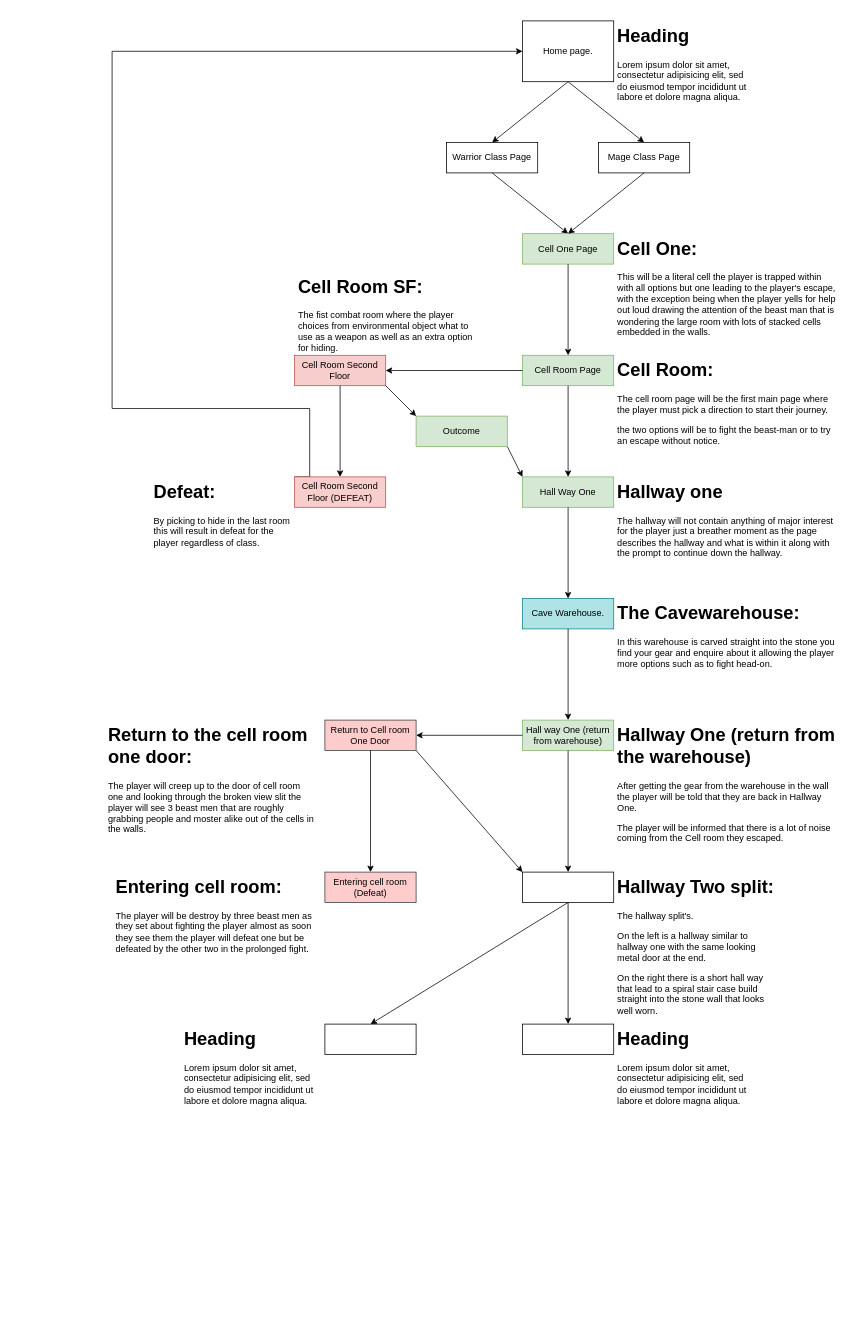
Earlier version of the draw.io diagram Page-Layout-Assessment1.drawio (andypandy31/Webtech-Assessment1). Source tidied: cells renumbered, new cells numbered last; positions are measured from the earlier drawing's top-left corner, leaving out a move shared by most shapes. Both pictures are drawn from the tidied source at 76%, with x=0, y=0 at pixel (104, 21).
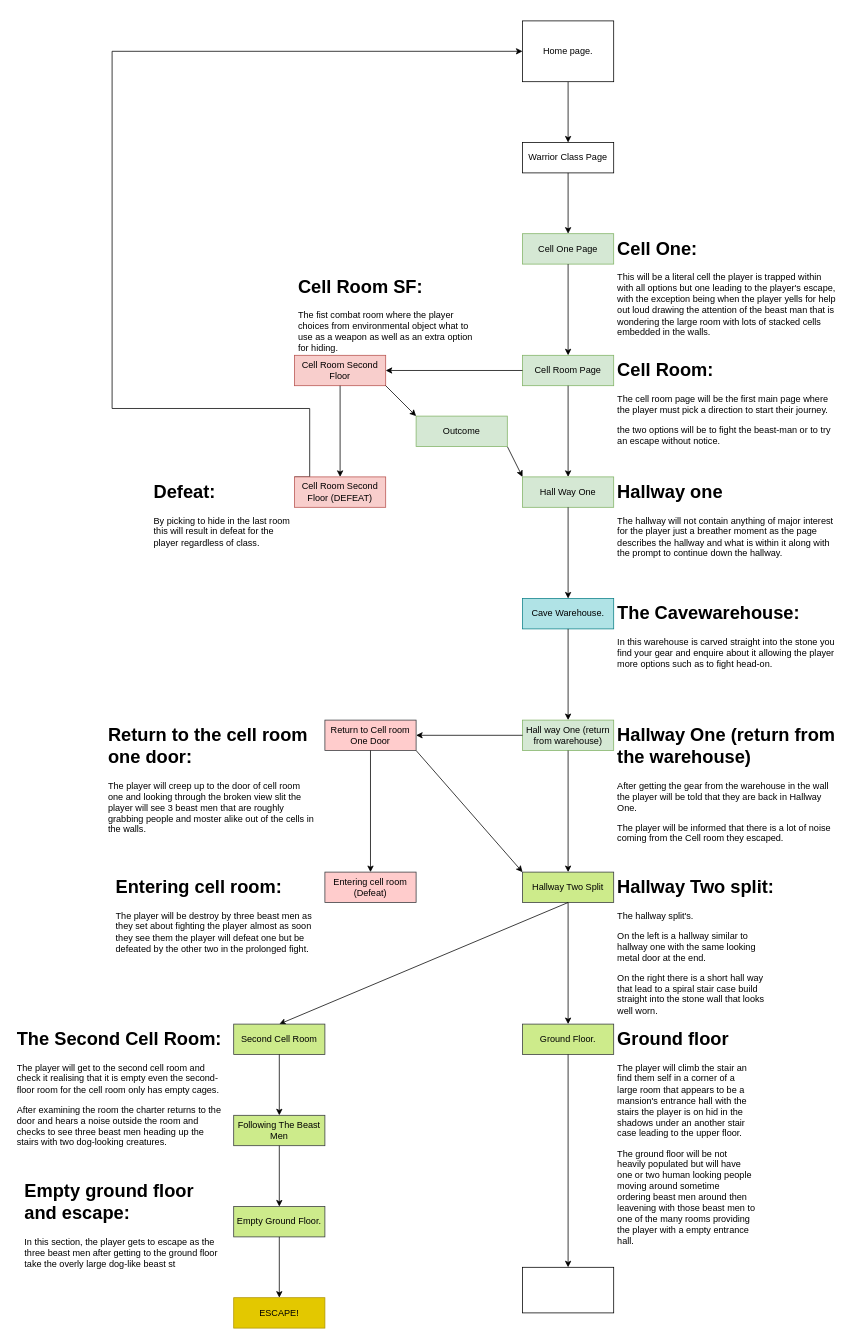
After the change.

The change refers to these unchanged cells:
```xml
<mxCell id="8" value="Cell One Page" style="rounded=0;whiteSpace=wrap;html=1;fillColor=#d5e8d4;strokeColor=#82b366;" parent="1" vertex="1">
  <mxGeometry x="550" y="280" width="120" height="40" as="geometry" />
</mxCell>
```

What changed in the source:
```diff
@@
-    <mxCell id="2" style="endArrow=classic;html=1;rounded=0;exitX=0.5;exitY=1;exitDx=0;exitDy=0;entryX=0.5;entryY=0;entryDx=0;entryDy=0;" parent="1" edge="1" target="5">
-      <mxGeometry relative="1" as="geometry">
-        <mxPoint x="610" y="80" as="sourcePoint" />
-      </mxGeometry>
-    </mxCell>
@@
-    <mxCell id="5" value="Mage Class Page" style="rounded=0;whiteSpace=wrap;html=1;" parent="1" vertex="1">
-      <mxGeometry x="650" y="160" width="120" height="40" as="geometry" />
-    </mxCell>
     <mxCell id="6" value="Warrior Class Page" style="rounded=0;whiteSpace=wrap;html=1;" parent="1" vertex="1">
-      <mxGeometry x="450" y="160" width="120" height="40" as="geometry" />
+      <mxGeometry x="550" y="160" width="120" height="40" as="geometry" />
     </mxCell>
@@
-    <mxCell id="9" style="endArrow=classic;html=1;rounded=0;exitX=0.5;exitY=1;exitDx=0;exitDy=0;entryX=0.5;entryY=0;entryDx=0;entryDy=0;" parent="1" edge="1" source="5" target="8">
-      <mxGeometry relative="1" as="geometry" />
-    </mxCell>
@@
-    <mxCell id="30" value="&lt;h1&gt;Heading&lt;/h1&gt;&lt;p&gt;Lorem ipsum dolor sit amet, consectetur adipisicing elit, sed do eiusmod tempor incididunt ut labore et dolore magna aliqua.&lt;/p&gt;" style="text;html=1;spacing=5;spacingTop=-20;whiteSpace=wrap;overflow=hidden;rounded=0;" parent="1" vertex="1">
-      <mxGeometry x="670" width="190" height="120" as="geometry" />
-    </mxCell>
@@
-    <mxCell id="38" style="rounded=0;whiteSpace=wrap;html=1;" parent="1" vertex="1">
+    <mxCell id="38" value="Hallway Two Split" style="rounded=0;whiteSpace=wrap;html=1;fillColor=#cdeb8b;strokeColor=#36393d;" parent="1" vertex="1">
       <mxGeometry x="550" y="1120" width="120" height="40" as="geometry" />
     </mxCell>
@@
-    <mxCell id="45" style="rounded=0;whiteSpace=wrap;html=1;" parent="1" vertex="1">
-      <mxGeometry x="290" y="1320" width="120" height="40" as="geometry" />
+    <mxCell id="45" value="Second Cell Room" style="rounded=0;whiteSpace=wrap;html=1;fillColor=#cdeb8b;strokeColor=#36393d;" parent="1" vertex="1">
+      <mxGeometry x="170" y="1320" width="120" height="40" as="geometry" />
     </mxCell>
-    <mxCell id="46" style="rounded=0;whiteSpace=wrap;html=1;" parent="1" vertex="1">
+    <mxCell id="46" value="Ground Floor." style="rounded=0;whiteSpace=wrap;html=1;fillColor=#cdeb8b;strokeColor=#36393d;" parent="1" vertex="1">
       <mxGeometry x="550" y="1320" width="120" height="40" as="geometry" />
     </mxCell>
-    <mxCell id="47" value="&lt;h1&gt;Heading&lt;/h1&gt;&lt;p&gt;Lorem ipsum dolor sit amet, consectetur adipisicing elit, sed do eiusmod tempor incididunt ut labore et dolore magna aliqua.&lt;/p&gt;" style="text;html=1;spacing=5;spacingTop=-20;whiteSpace=wrap;overflow=hidden;rounded=0;" parent="1" vertex="1">
-      <mxGeometry x="100" y="1320" width="190" height="120" as="geometry" />
+    <mxCell id="47" value="&lt;h1&gt;The Second Cell Room:&lt;/h1&gt;&lt;p&gt;The player will get to the second cell room and check it realising that it is empty even the second-floor room for the cell room only has empty cages&lt;span style=&quot;background-color: initial;&quot;&gt;.&lt;/span&gt;&lt;/p&gt;&lt;p&gt;&lt;span style=&quot;background-color: initial;&quot;&gt;After examining the room the charter returns to the door and hears a noise outside the room and checks to see three beast men heading up the stairs with two dog-looking creatures.&lt;/span&gt;&lt;/p&gt;" style="text;html=1;spacing=5;spacingTop=-20;whiteSpace=wrap;overflow=hidden;rounded=0;" parent="1" vertex="1">
+      <mxGeometry x="-120" y="1320" width="280" height="170" as="geometry" />
     </mxCell>
-    <mxCell id="48" value="&lt;h1&gt;Heading&lt;/h1&gt;&lt;p&gt;Lorem ipsum dolor sit amet, consectetur adipisicing elit, sed do eiusmod tempor incididunt ut labore et dolore magna aliqua.&lt;/p&gt;" style="text;html=1;spacing=5;spacingTop=-20;whiteSpace=wrap;overflow=hidden;rounded=0;" parent="1" vertex="1">
-      <mxGeometry x="670" y="1320" width="190" height="120" as="geometry" />
+    <mxCell id="48" value="&lt;h1&gt;Ground floor&lt;/h1&gt;&lt;p&gt;The player will climb the stair an find them self in a corner of a large room that appears to be a mansion's entrance hall with the stairs the player is on hid in the shadows under an another stair case leading to the upper floor.&lt;/p&gt;&lt;p&gt;The ground floor will be not heavily populated but will have one or two human looking people moving around sometime ordering beast men around then leavening with those beast men to one of the many rooms providing the player with a empty entrance hall.&lt;/p&gt;" style="text;html=1;spacing=5;spacingTop=-20;whiteSpace=wrap;overflow=hidden;rounded=0;" parent="1" vertex="1">
+      <mxGeometry x="670" y="1320" width="190" height="300" as="geometry" />
     </mxCell>
@@
+    <mxCell id="50" style="endArrow=classic;html=1;rounded=0;exitX=0.5;exitY=1;exitDx=0;exitDy=0;entryX=0.5;entryY=0;entryDx=0;entryDy=0;" parent="1" edge="1" source="46" target="51">
+      <mxGeometry relative="1" as="geometry" />
+    </mxCell>
+    <mxCell id="51" style="rounded=0;whiteSpace=wrap;html=1;" parent="1" vertex="1">
+      <mxGeometry x="550" y="1640" width="120" height="60" as="geometry" />
+    </mxCell>
+    <mxCell id="52" style="endArrow=classic;html=1;rounded=0;exitX=0.5;exitY=1;exitDx=0;exitDy=0;entryX=0.5;entryY=0;entryDx=0;entryDy=0;" parent="1" edge="1" source="45" target="53">
+      <mxGeometry relative="1" as="geometry" />
+    </mxCell>
+    <mxCell id="53" value="Following The Beast Men" style="rounded=0;whiteSpace=wrap;html=1;fillColor=#cdeb8b;strokeColor=#36393d;" parent="1" vertex="1">
+      <mxGeometry x="170" y="1440" width="120" height="40" as="geometry" />
+    </mxCell>
+    <mxCell id="54" value="Empty Ground Floor." style="rounded=0;whiteSpace=wrap;html=1;fillColor=#cdeb8b;strokeColor=#36393d;" parent="1" vertex="1">
+      <mxGeometry x="170" y="1560" width="120" height="40" as="geometry" />
+    </mxCell>
+    <mxCell id="55" style="endArrow=classic;html=1;rounded=0;exitX=0.5;exitY=1;exitDx=0;exitDy=0;entryX=0.5;entryY=0;entryDx=0;entryDy=0;" parent="1" edge="1" source="53" target="54">
+      <mxGeometry relative="1" as="geometry" />
+    </mxCell>
+    <mxCell id="56" style="endArrow=classic;html=1;rounded=0;exitX=0.5;exitY=1;exitDx=0;exitDy=0;" parent="1" edge="1" source="54" target="57">
+      <mxGeometry relative="1" as="geometry" />
+    </mxCell>
+    <mxCell id="57" value="ESCAPE!" style="rounded=0;whiteSpace=wrap;html=1;fillColor=#e3c800;fontColor=#000000;strokeColor=#B09500;" parent="1" vertex="1">
+      <mxGeometry x="170" y="1680" width="120" height="40" as="geometry" />
+    </mxCell>
+    <mxCell id="58" value="&lt;h1&gt;Empty ground floor and escape:&lt;/h1&gt;&lt;p&gt;In this section, the player gets to escape as the three beast men after getting to the ground floor take the overly large dog-like beast st&amp;nbsp;&lt;/p&gt;" style="text;html=1;spacing=5;spacingTop=-20;whiteSpace=wrap;overflow=hidden;rounded=0;" parent="1" vertex="1">
+      <mxGeometry x="-110" y="1520" width="270" height="180" as="geometry" />
+    </mxCell>
```
